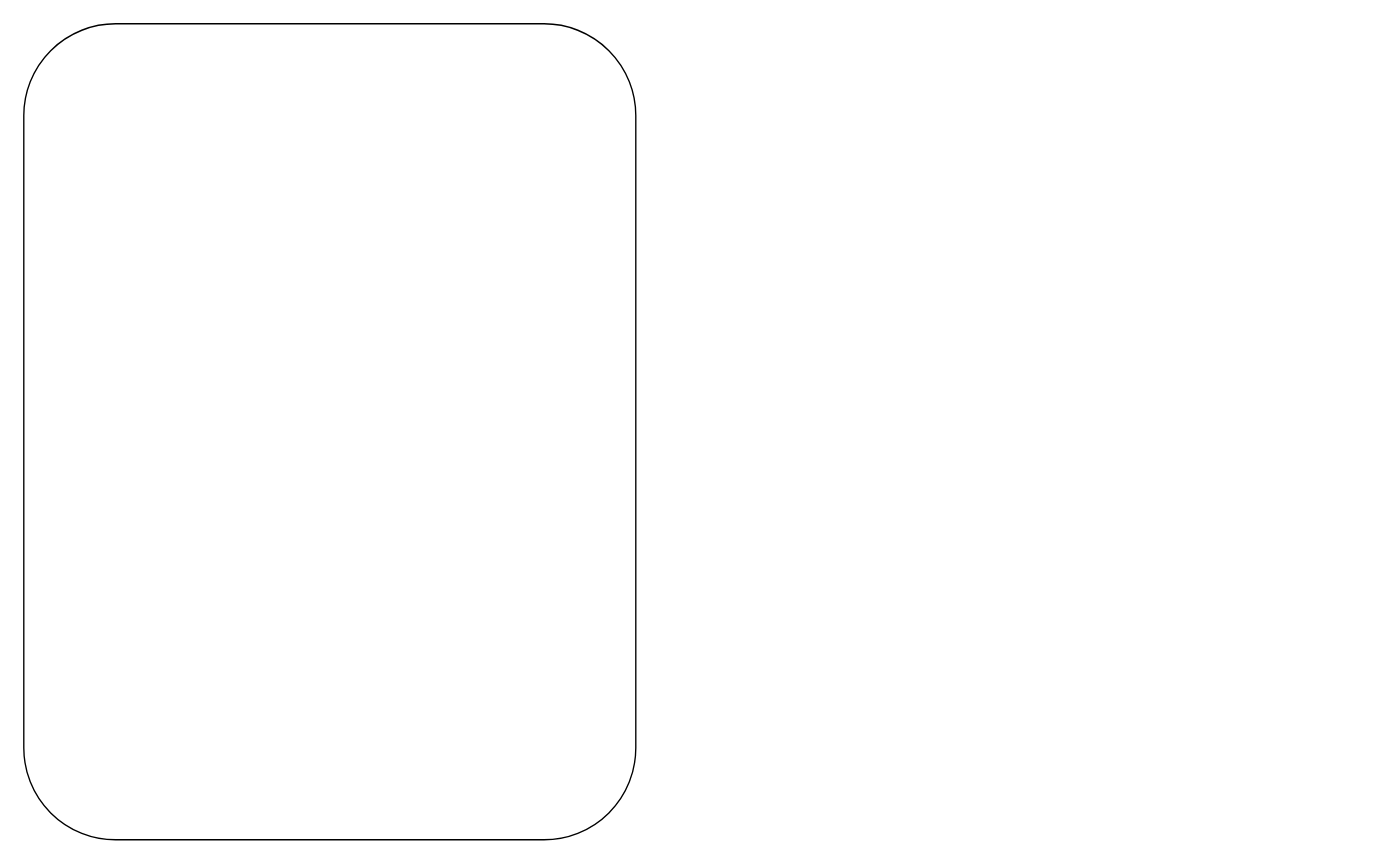
Before: swap.drawio in Ponder-AnalogMutations/wireframes, a draw.io diagram. Source tidied: cells renumbered, new cells numbered last; positions are measured from the earlier drawing's top-left corner, leaving out a move shared by most shapes. Both pictures are drawn from the tidied source at 136%, with x=0, y=0 at pixel (23, 23).
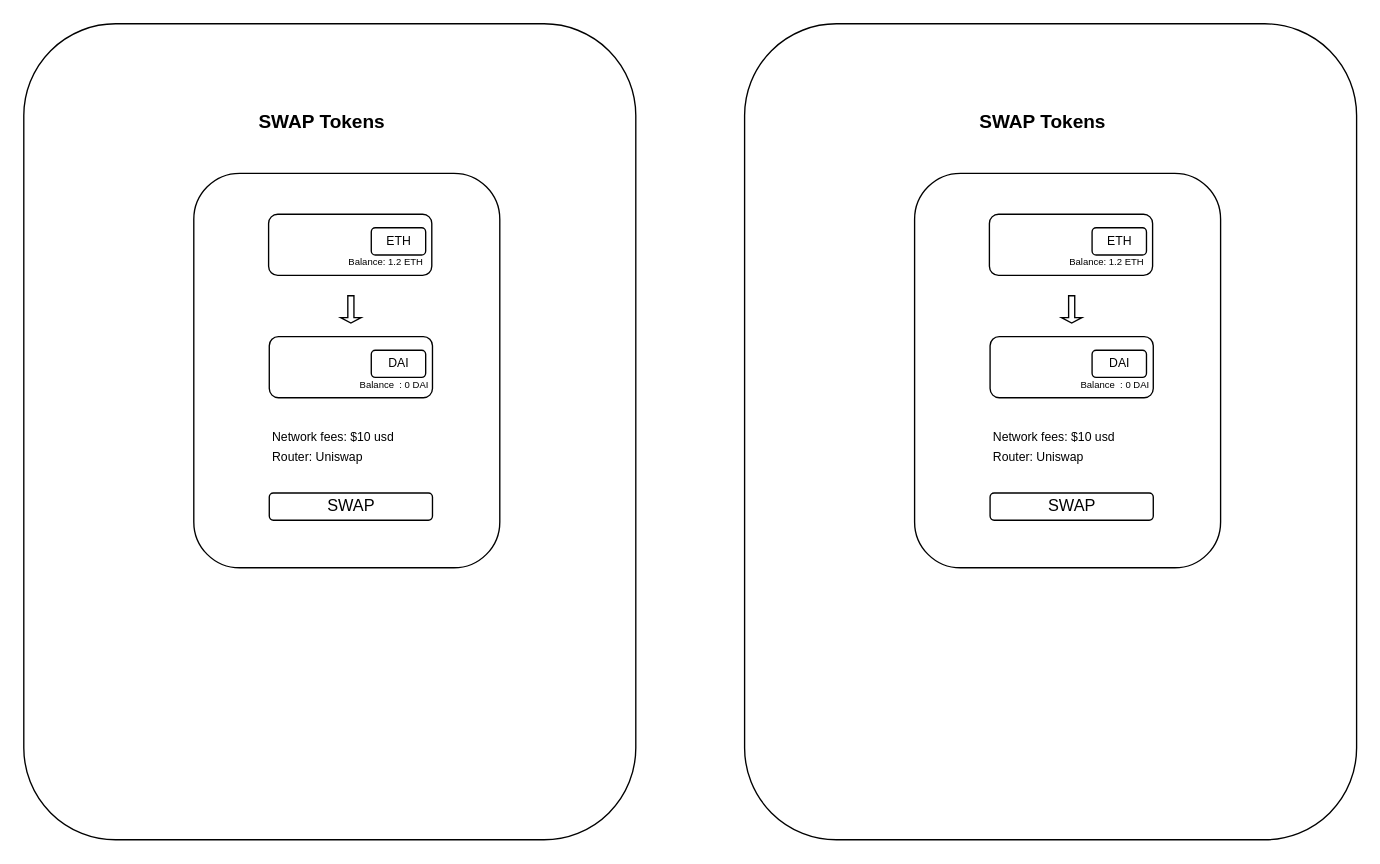
Above is the later version.

Diff of the diagram source:
```diff
@@
+    <mxCell id="3" style="rounded=1;whiteSpace=wrap;html=1;" parent="1" vertex="1">
+      <mxGeometry x="125" y="110" width="225" height="290" as="geometry" />
+    </mxCell>
+    <mxCell id="4" style="rounded=1;whiteSpace=wrap;html=1;" parent="1" vertex="1">
+      <mxGeometry x="180" y="140" width="120" height="45" as="geometry" />
+    </mxCell>
+    <mxCell id="5" style="rounded=1;whiteSpace=wrap;html=1;" parent="1" vertex="1">
+      <mxGeometry x="180.5" y="230" width="120" height="45" as="geometry" />
+    </mxCell>
+    <mxCell id="6" value="SWAP" style="rounded=1;whiteSpace=wrap;html=1;" parent="1" vertex="1">
+      <mxGeometry x="180.5" y="345" width="120" height="20" as="geometry" />
+    </mxCell>
+    <mxCell id="7" value="&lt;font style=&quot;font-size: 9px;&quot;&gt;Network fees: $10 usd&lt;br&gt;Router: Uniswap&lt;br&gt;&lt;/font&gt;" style="text;html=1;strokeColor=none;fillColor=none;align=left;verticalAlign=middle;whiteSpace=wrap;rounded=0;" parent="1" vertex="1">
+      <mxGeometry x="180.5" y="285" width="120" height="50" as="geometry" />
+    </mxCell>
+    <mxCell id="8" style="shape=singleArrow;direction=south;whiteSpace=wrap;html=1;fontSize=9;" parent="1" vertex="1">
+      <mxGeometry x="233" y="200" width="15" height="20" as="geometry" />
+    </mxCell>
+    <mxCell id="9" value="ETH" style="rounded=1;whiteSpace=wrap;html=1;fontSize=9;" parent="1" vertex="1">
+      <mxGeometry x="255.5" y="150" width="40" height="20" as="geometry" />
+    </mxCell>
+    <mxCell id="10" value="DAI" style="rounded=1;whiteSpace=wrap;html=1;fontSize=9;" parent="1" vertex="1">
+      <mxGeometry x="255.5" y="240" width="40" height="20" as="geometry" />
+    </mxCell>
+    <mxCell id="11" value="&lt;div align=&quot;right&quot;&gt;&lt;font style=&quot;font-size: 7px;&quot;&gt;Balance: 1.2 ETH&lt;/font&gt;&lt;/div&gt;" style="text;html=1;strokeColor=none;fillColor=none;align=right;verticalAlign=middle;whiteSpace=wrap;rounded=0;fontSize=9;" parent="1" vertex="1">
+      <mxGeometry x="205.5" y="160" width="90" height="30" as="geometry" />
+    </mxCell>
+    <mxCell id="12" value="&lt;div align=&quot;right&quot;&gt;&lt;font style=&quot;font-size: 7px;&quot;&gt;Balance&amp;nbsp; : 0 DAI&lt;br&gt;&lt;/font&gt;&lt;/div&gt;" style="text;html=1;strokeColor=none;fillColor=none;align=right;verticalAlign=middle;whiteSpace=wrap;rounded=0;fontSize=9;" parent="1" vertex="1">
+      <mxGeometry x="210" y="250" width="90" height="30" as="geometry" />
+    </mxCell>
+    <mxCell id="13" value="&lt;h1&gt;SWAP Tokens&lt;/h1&gt;" style="text;html=1;strokeColor=none;fillColor=none;spacing=5;spacingTop=-20;whiteSpace=wrap;overflow=hidden;rounded=0;fontSize=7;" parent="1" vertex="1">
+      <mxGeometry x="168.2" y="65" width="164.5" height="25" as="geometry" />
+    </mxCell>
+    <mxCell id="14" style="rounded=1;whiteSpace=wrap;html=1;" parent="1" vertex="1">
+      <mxGeometry x="530" width="450" height="600" as="geometry" />
+    </mxCell>
+    <mxCell id="15" style="rounded=1;whiteSpace=wrap;html=1;" parent="1" vertex="1">
+      <mxGeometry x="655" y="110" width="225" height="290" as="geometry" />
+    </mxCell>
+    <mxCell id="16" style="rounded=1;whiteSpace=wrap;html=1;" parent="1" vertex="1">
+      <mxGeometry x="710" y="140" width="120" height="45" as="geometry" />
+    </mxCell>
+    <mxCell id="17" style="rounded=1;whiteSpace=wrap;html=1;" parent="1" vertex="1">
+      <mxGeometry x="710.5" y="230" width="120" height="45" as="geometry" />
+    </mxCell>
+    <mxCell id="18" value="SWAP" style="rounded=1;whiteSpace=wrap;html=1;" parent="1" vertex="1">
+      <mxGeometry x="710.5" y="345" width="120" height="20" as="geometry" />
+    </mxCell>
+    <mxCell id="19" value="&lt;font style=&quot;font-size: 9px;&quot;&gt;Network fees: $10 usd&lt;br&gt;Router: Uniswap&lt;br&gt;&lt;/font&gt;" style="text;html=1;strokeColor=none;fillColor=none;align=left;verticalAlign=middle;whiteSpace=wrap;rounded=0;" parent="1" vertex="1">
+      <mxGeometry x="710.5" y="285" width="120" height="50" as="geometry" />
+    </mxCell>
+    <mxCell id="20" style="shape=singleArrow;direction=south;whiteSpace=wrap;html=1;fontSize=9;" parent="1" vertex="1">
+      <mxGeometry x="763" y="200" width="15" height="20" as="geometry" />
+    </mxCell>
+    <mxCell id="21" value="ETH" style="rounded=1;whiteSpace=wrap;html=1;fontSize=9;" parent="1" vertex="1">
+      <mxGeometry x="785.5" y="150" width="40" height="20" as="geometry" />
+    </mxCell>
+    <mxCell id="22" value="DAI" style="rounded=1;whiteSpace=wrap;html=1;fontSize=9;" parent="1" vertex="1">
+      <mxGeometry x="785.5" y="240" width="40" height="20" as="geometry" />
+    </mxCell>
+    <mxCell id="23" value="&lt;div align=&quot;right&quot;&gt;&lt;font style=&quot;font-size: 7px;&quot;&gt;Balance: 1.2 ETH&lt;/font&gt;&lt;/div&gt;" style="text;html=1;strokeColor=none;fillColor=none;align=right;verticalAlign=middle;whiteSpace=wrap;rounded=0;fontSize=9;" parent="1" vertex="1">
+      <mxGeometry x="735.5" y="160" width="90" height="30" as="geometry" />
+    </mxCell>
+    <mxCell id="24" value="&lt;div align=&quot;right&quot;&gt;&lt;font style=&quot;font-size: 7px;&quot;&gt;Balance&amp;nbsp; : 0 DAI&lt;br&gt;&lt;/font&gt;&lt;/div&gt;" style="text;html=1;strokeColor=none;fillColor=none;align=right;verticalAlign=middle;whiteSpace=wrap;rounded=0;fontSize=9;" parent="1" vertex="1">
+      <mxGeometry x="740" y="250" width="90" height="30" as="geometry" />
+    </mxCell>
+    <mxCell id="25" value="&lt;h1&gt;SWAP Tokens&lt;/h1&gt;" style="text;html=1;strokeColor=none;fillColor=none;spacing=5;spacingTop=-20;whiteSpace=wrap;overflow=hidden;rounded=0;fontSize=7;" parent="1" vertex="1">
+      <mxGeometry x="698.2" y="65" width="164.5" height="25" as="geometry" />
+    </mxCell>
```
